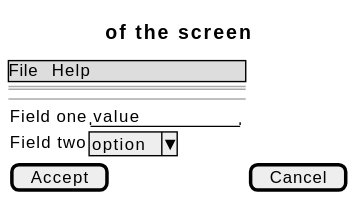
The PlantUML diagram docs/01-requirements/use-cases/trackActivityProgress/wireframes.svg in didactika/kampus, before a commit. Its diagram source:
```plantuml
@startsalt
{
  {* File | Help }
  ==
  Title of the screen
  --
  {
    Field one | "value        "
    Field two | ^option^
  }
  [ Accept ] | [ Cancel ]
}
@endsalt
```
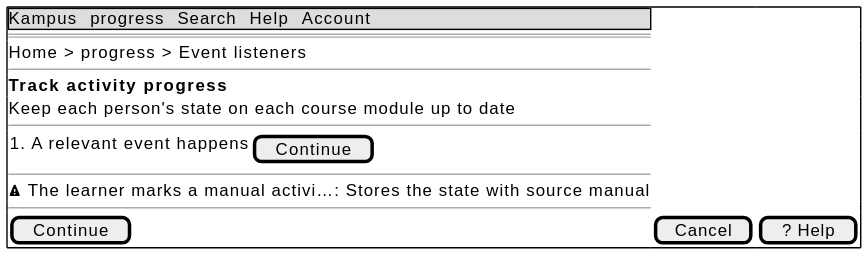
The same file after the commit.

Diff of the diagram source:
```diff
@@ -1,13 +1,18 @@
 @startsalt
-{
-  {* File | Help }
+{+
+  {* Kampus | progress | Search | Help | Account }
   ==
-  Title of the screen
+  Home > progress > Event listeners
+  --
+  <b>Track activity progress
+  Keep each person's state on each course module up to date
   --
   {
-    Field one | "value        "
-    Field two | ^option^
+    1. A relevant event happens | [ Continue ]
   }
-  [ Accept ] | [ Cancel ]
+  --
+  <&warning> The learner marks a manual activi…: Stores the state with source manual
+  --
+  [ Continue ] | [ Cancel ] | [ ? Help ]
 }
 @endsalt
```
